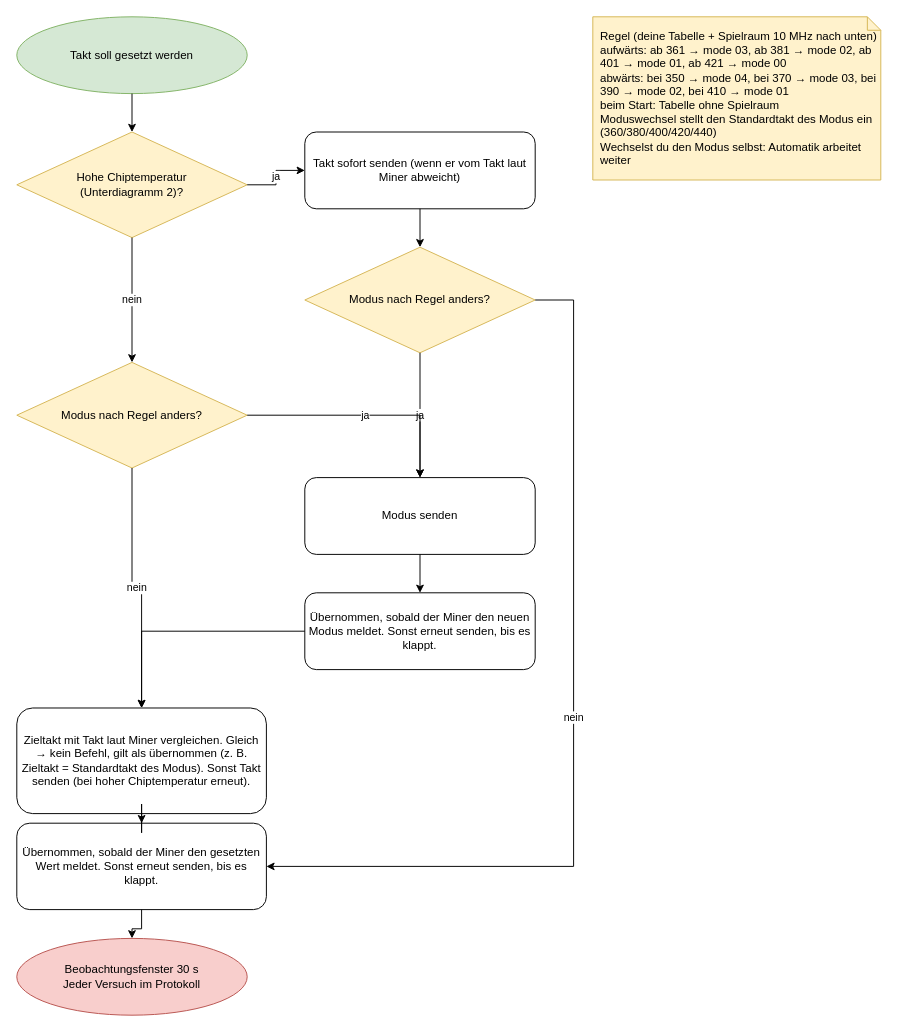
The draw.io diagram page "4 Modus" (4 of 8) of docs/claude/Regelungslogik-Luefter-Takt.drawio in lieferbaer/miner-sentinel, before the edit. Source tidied: cells renumbered, new cells numbered last; positions are measured from the earlier drawing's top-left corner, leaving out a move shared by most shapes. Both pictures are drawn from the tidied source at 96%, with x=0, y=0 at pixel (16, 16).
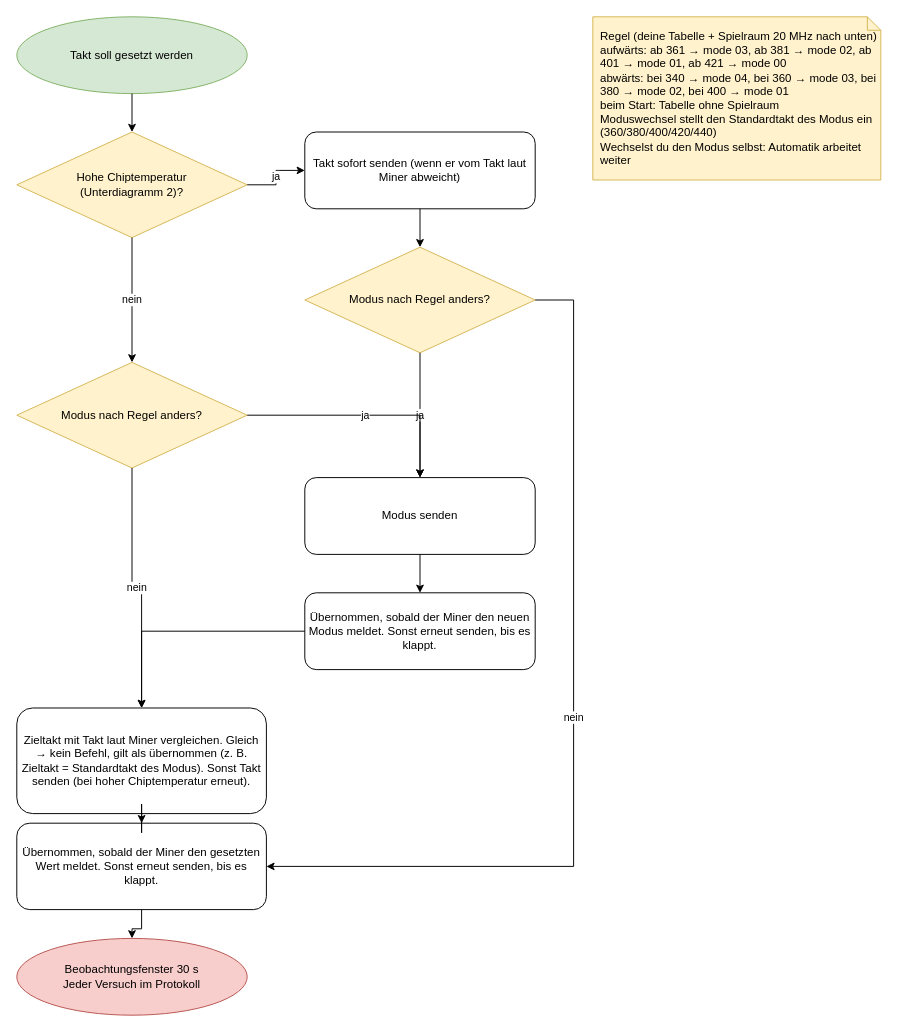
Above is the later version.

Commit message (it also covers changes not shown here):
v2.1.7: Heizmodus beim Start, Spielraum 20 MHz beim Moduswechsel nach unten

The edit, as a diff of the source:
```diff
@@
-    <mxCell id="3" value="Regel (deine Tabelle + Spielraum 10 MHz nach unten)&lt;br&gt;aufwärts: ab 361 → mode 03, ab 381 → mode 02, ab 401 → mode 01, ab 421 → mode 00&lt;br&gt;abwärts: bei 350 → mode 04, bei 370 → mode 03, bei 390 → mode 02, bei 410 → mode 01&lt;br&gt;beim Start: Tabelle ohne Spielraum&lt;br&gt;Moduswechsel stellt den Standardtakt des Modus ein (360/380/400/420/440)&lt;br&gt;Wechselst du den Modus selbst: Automatik arbeitet weiter" style="shape=note;whiteSpace=wrap;html=1;size=14;fillColor=#fff2cc;strokeColor=#d6b656;align=left;spacingLeft=6;" parent="1" vertex="1">
+    <mxCell id="3" value="Regel (deine Tabelle + Spielraum 20 MHz nach unten)&lt;br&gt;aufwärts: ab 361 → mode 03, ab 381 → mode 02, ab 401 → mode 01, ab 421 → mode 00&lt;br&gt;abwärts: bei 340 → mode 04, bei 360 → mode 03, bei 380 → mode 02, bei 400 → mode 01&lt;br&gt;beim Start: Tabelle ohne Spielraum&lt;br&gt;Moduswechsel stellt den Standardtakt des Modus ein (360/380/400/420/440)&lt;br&gt;Wechselst du den Modus selbst: Automatik arbeitet weiter" style="shape=note;whiteSpace=wrap;html=1;size=14;fillColor=#fff2cc;strokeColor=#d6b656;align=left;spacingLeft=6;" parent="1" vertex="1">
       <mxGeometry x="600" width="300" height="170" as="geometry" />
     </mxCell>
```
